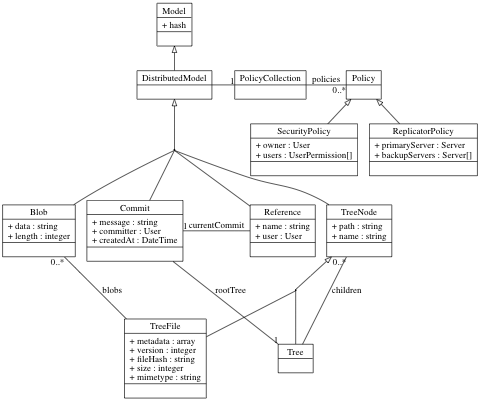
Before: diagrams/data-model.png, a diagram exported from Graphviz (symcloud/thesis). Its source is kept beside it as diagrams/data-model.dot. Its diagram source:
```dot
digraph hierarchy {
	size="5,5"
	node[shape=record]
	edge[dir=back, arrowtail=empty]

	Model[label = "{Model|+ hash|}"]
	DistributedModel[label = "{DistributedModel|}"]

	PolicyCollection[label = "{PolicyCollection|}"]
	Policy[label = "{Policy|}"]
	ReplicatorPolicy[label = "{ReplicatorPolicy|+ primaryServer : Server\l+ backupServers : Server[]\l|}"]
	SecurityPolicy[label = "{SecurityPolicy|+ owner : User\l+ users : UserPermission[]\l|}"]

	TreeNode[label = "{TreeNode|+ path : string\l+ name : string\l|}"]
	Commit[label = "{Commit|+ message : string\l+ committer : User\l+ createdAt : DateTime\l|}"]
	Blob[label = "{Blob|+ data : string\l+ length : integer\l|}"]
	Reference[label = "{Reference|+ name : string\l+ user : User\l|}"]
	TreeFile[label = "{TreeFile|+ metadata : array\l+ version : integer\l+ fileHash : string\l+ size : integer\l+ mimetype : string|}"]
	Tree[label = "{Tree|}"]

	DistributedModelEdge[shape=circle,width=.01,height=.01,label=""]
	TreeNodeEdge[shape=circle,width=.01,height=.01,label=""]

	Model -> DistributedModel
	DistributedModel -> DistributedModelEdge
	TreeNode -> TreeNodeEdge

	Policy -> ReplicatorPolicy
	Policy -> SecurityPolicy

 	{rank=same; DistributedModel PolicyCollection Policy}
 	{rank=same; TreeNode Blob Commit Reference}
	{rank=same; Tree TreeFile}

	edge[arrowhead="none",arrowtail="none"]
	DistributedModelEdge -> {TreeNode;Commit;Blob;Reference}
	TreeNodeEdge -> {TreeFile;Tree}

	edge[arrowhead="none",arrowtail="none",headlabel="1"]
	DistributedModel -> PolicyCollection
	Reference -> Commit[label="currentCommit"]
	Commit -> Tree[label="rootTree"]

	edge [arrowhead="none",arrowtail="none",headlabel="0..*"]
	PolicyCollection -> Policy[label="policies"]
	Tree -> TreeNode[label="children"]
	TreeFile -> Blob[label="blobs"]
}
```
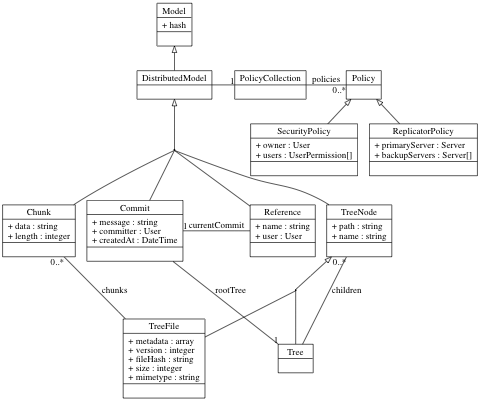
After the change.

Commit message:
changed blob to chunk

Change to the diagram source:
```diff
@@ -13,7 +13,7 @@
 
 	TreeNode[label = "{TreeNode|+ path : string\l+ name : string\l|}"]
 	Commit[label = "{Commit|+ message : string\l+ committer : User\l+ createdAt : DateTime\l|}"]
-	Blob[label = "{Blob|+ data : string\l+ length : integer\l|}"]
+	Chunk[label = "{Chunk|+ data : string\l+ length : integer\l|}"]
 	Reference[label = "{Reference|+ name : string\l+ user : User\l|}"]
 	TreeFile[label = "{TreeFile|+ metadata : array\l+ version : integer\l+ fileHash : string\l+ size : integer\l+ mimetype : string|}"]
 	Tree[label = "{Tree|}"]
@@ -29,11 +29,11 @@
 	Policy -> SecurityPolicy
 
  	{rank=same; DistributedModel PolicyCollection Policy}
- 	{rank=same; TreeNode Blob Commit Reference}
+ 	{rank=same; TreeNode Chunk Commit Reference}
 	{rank=same; Tree TreeFile}
 
 	edge[arrowhead="none",arrowtail="none"]
-	DistributedModelEdge -> {TreeNode;Commit;Blob;Reference}
+	DistributedModelEdge -> {TreeNode;Commit;Chunk;Reference}
 	TreeNodeEdge -> {TreeFile;Tree}
 
 	edge[arrowhead="none",arrowtail="none",headlabel="1"]
@@ -44,5 +44,5 @@
 	edge [arrowhead="none",arrowtail="none",headlabel="0..*"]
 	PolicyCollection -> Policy[label="policies"]
 	Tree -> TreeNode[label="children"]
-	TreeFile -> Blob[label="blobs"]
+	TreeFile -> Chunk[label="chunks"]
 }
```
